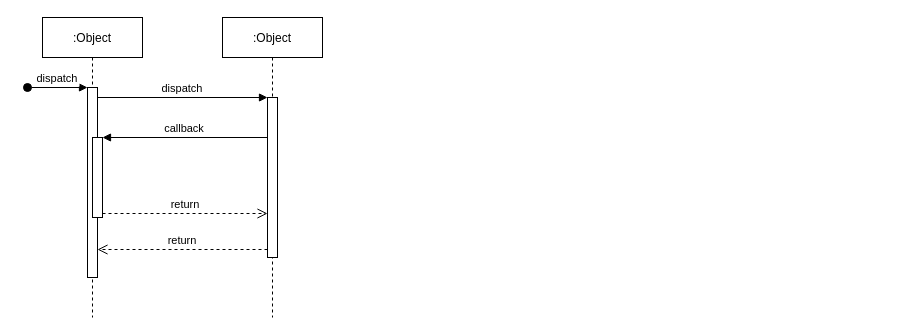
This is Desktop/未命名绘图.drawio from CrystalParaboy/websever, a draw.io file, before an edit. Source tidied: cells renumbered, new cells numbered last; positions are measured from the earlier drawing's top-left corner, leaving out a move shared by most shapes. Both pictures are drawn from the tidied source at 100%, with x=0, y=0 at pixel (27, 17).
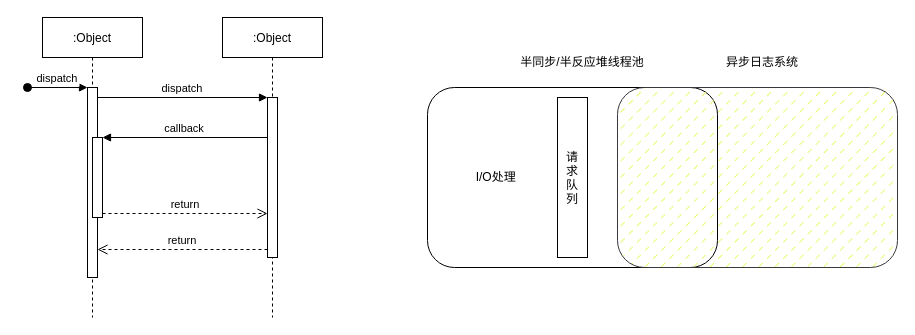
The same page after the edit.

What changed in the source:
```diff
@@
 <mxGraphModel>
   <root>
     <mxCell id="0" />
     <mxCell id="1" parent="0" />
     <mxCell id="2" value=":Object" style="shape=umlLifeline;perimeter=lifelinePerimeter;rounded=0;shadow=0;strokeWidth=1;" parent="1" vertex="1">
       <mxGeometry x="15" width="100" height="300" as="geometry" />
     </mxCell>
     <mxCell id="3" style="points=[];perimeter=orthogonalPerimeter;rounded=0;shadow=0;strokeWidth=1;" parent="2" vertex="1">
       <mxGeometry x="45" y="70" width="10" height="190" as="geometry" />
     </mxCell>
     <mxCell id="4" value="dispatch" style="verticalAlign=bottom;startArrow=oval;endArrow=block;startSize=8;shadow=0;strokeWidth=1;" parent="2" edge="1" target="3">
       <mxGeometry relative="1" as="geometry">
         <mxPoint x="-15" y="70" as="sourcePoint" />
       </mxGeometry>
     </mxCell>
     <mxCell id="5" style="points=[];perimeter=orthogonalPerimeter;rounded=0;shadow=0;strokeWidth=1;" parent="2" vertex="1">
       <mxGeometry x="50" y="120" width="10" height="80" as="geometry" />
     </mxCell>
     <mxCell id="6" value=":Object" style="shape=umlLifeline;perimeter=lifelinePerimeter;rounded=0;shadow=0;strokeWidth=1;" parent="1" vertex="1">
       <mxGeometry x="195" width="100" height="300" as="geometry" />
     </mxCell>
     <mxCell id="7" style="points=[];perimeter=orthogonalPerimeter;rounded=0;shadow=0;strokeWidth=1;" parent="6" vertex="1">
       <mxGeometry x="45" y="80" width="10" height="160" as="geometry" />
     </mxCell>
     <mxCell id="8" value="return" style="verticalAlign=bottom;endArrow=open;dashed=1;endSize=8;exitX=0;exitY=0.95;shadow=0;strokeWidth=1;" parent="1" edge="1" source="7" target="3">
       <mxGeometry relative="1" as="geometry" />
     </mxCell>
     <mxCell id="9" value="dispatch" style="verticalAlign=bottom;endArrow=block;entryX=0;entryY=0;shadow=0;strokeWidth=1;" parent="1" edge="1" source="3" target="7">
       <mxGeometry relative="1" as="geometry" />
     </mxCell>
     <mxCell id="10" value="callback" style="verticalAlign=bottom;endArrow=block;entryX=1;entryY=0;shadow=0;strokeWidth=1;" parent="1" edge="1" source="7" target="5">
       <mxGeometry relative="1" as="geometry" />
     </mxCell>
     <mxCell id="11" value="return" style="verticalAlign=bottom;endArrow=open;dashed=1;endSize=8;exitX=1;exitY=0.95;shadow=0;strokeWidth=1;" parent="1" edge="1" source="5" target="7">
       <mxGeometry relative="1" as="geometry" />
     </mxCell>
+    <mxCell id="12" value="&amp;nbsp; &amp;nbsp; &amp;nbsp; &amp;nbsp; &amp;nbsp; &amp;nbsp; &amp;nbsp; I/O处理" style="rounded=1;whiteSpace=wrap;html=1;align=left;" parent="1" vertex="1">
+      <mxGeometry x="400" y="70" width="290" height="180" as="geometry" />
+    </mxCell>
+    <mxCell id="13" style="rounded=1;whiteSpace=wrap;html=1;fillColor=#E1F946;strokeColor=#36393d;fillStyle=dashed;" parent="1" vertex="1">
+      <mxGeometry x="590" y="70" width="280" height="180" as="geometry" />
+    </mxCell>
+    <mxCell id="14" value="请&#10;求&#10;队&#10;列" style="perimeter=orthogonalPerimeter;rounded=0;shadow=0;strokeWidth=1;horizontal=1;verticalAlign=middle;" parent="1" vertex="1">
+      <mxGeometry x="530" y="80" width="30" height="160" as="geometry" />
+    </mxCell>
+    <mxCell id="15" value="半同步/半反应堆线程池" style="text;strokeColor=none;align=center;fillColor=none;html=1;verticalAlign=middle;whiteSpace=wrap;rounded=0;fillStyle=dashed;" parent="1" vertex="1">
+      <mxGeometry x="490" y="30" width="130" height="30" as="geometry" />
+    </mxCell>
+    <mxCell id="16" value="异步日志系统" style="text;strokeColor=none;align=center;fillColor=none;html=1;verticalAlign=middle;whiteSpace=wrap;rounded=0;fillStyle=dashed;" parent="1" vertex="1">
+      <mxGeometry x="670" y="30" width="130" height="30" as="geometry" />
+    </mxCell>
   </root>
 </mxGraphModel>
```
